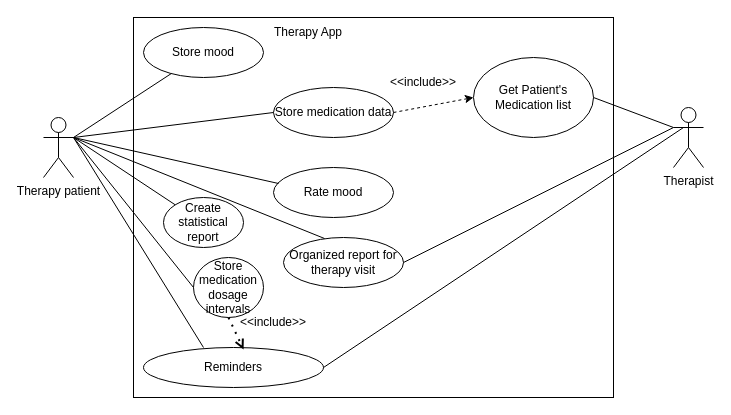
Above: page "Sample use case" (1 of 8) of cs4471_group_project.drawio in Jon-AL/4471---Therapy-Support-App (draw.io), before the change. Source tidied: cells renumbered, new cells numbered last; positions are measured from the earlier drawing's top-left corner, leaving out a move shared by most shapes. Both pictures are drawn from the tidied source at 100%, with x=0, y=0 at pixel (43, 17).
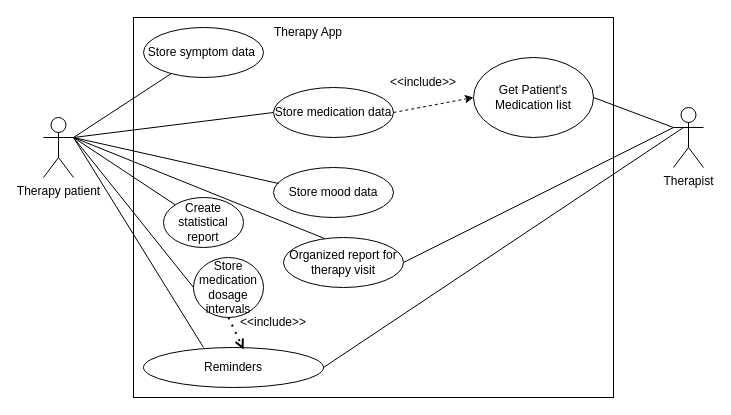
The same diagram, later.

Diff of the diagram source:
```diff
@@
-    <mxCell id="5" value="Store mood" style="ellipse;whiteSpace=wrap;html=1;" parent="1" vertex="1">
+    <mxCell id="5" value="Store symptom data&amp;nbsp;" style="ellipse;whiteSpace=wrap;html=1;" parent="1" vertex="1">
       <mxGeometry x="100" y="10" width="120" height="50" as="geometry" />
     </mxCell>
@@
-    <mxCell id="7" value="Rate mood" style="ellipse;whiteSpace=wrap;html=1;" parent="1" vertex="1">
+    <mxCell id="7" value="Store mood data" style="ellipse;whiteSpace=wrap;html=1;" parent="1" vertex="1">
       <mxGeometry x="230" y="150" width="120" height="50" as="geometry" />
     </mxCell>
```
